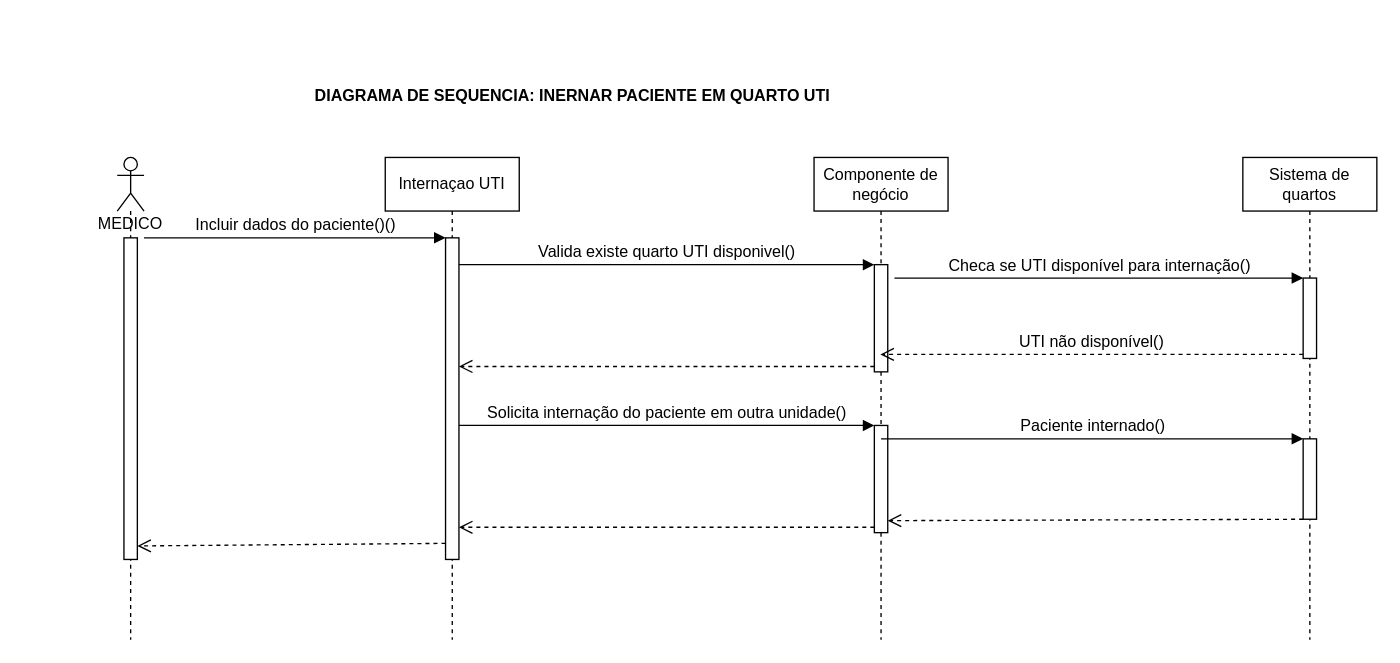
This is page "Page-3" (4 of 6) of Untitled Diagram.drawio from FranciscoAntonioGuilherme/inicioReact, a draw.io file, before an edit. Source tidied: cells renumbered, new cells numbered last; positions are measured from the earlier drawing's top-left corner, leaving out a move shared by most shapes. Both pictures are drawn from the tidied source at 134%, with x=0, y=0 at pixel (23, 76).
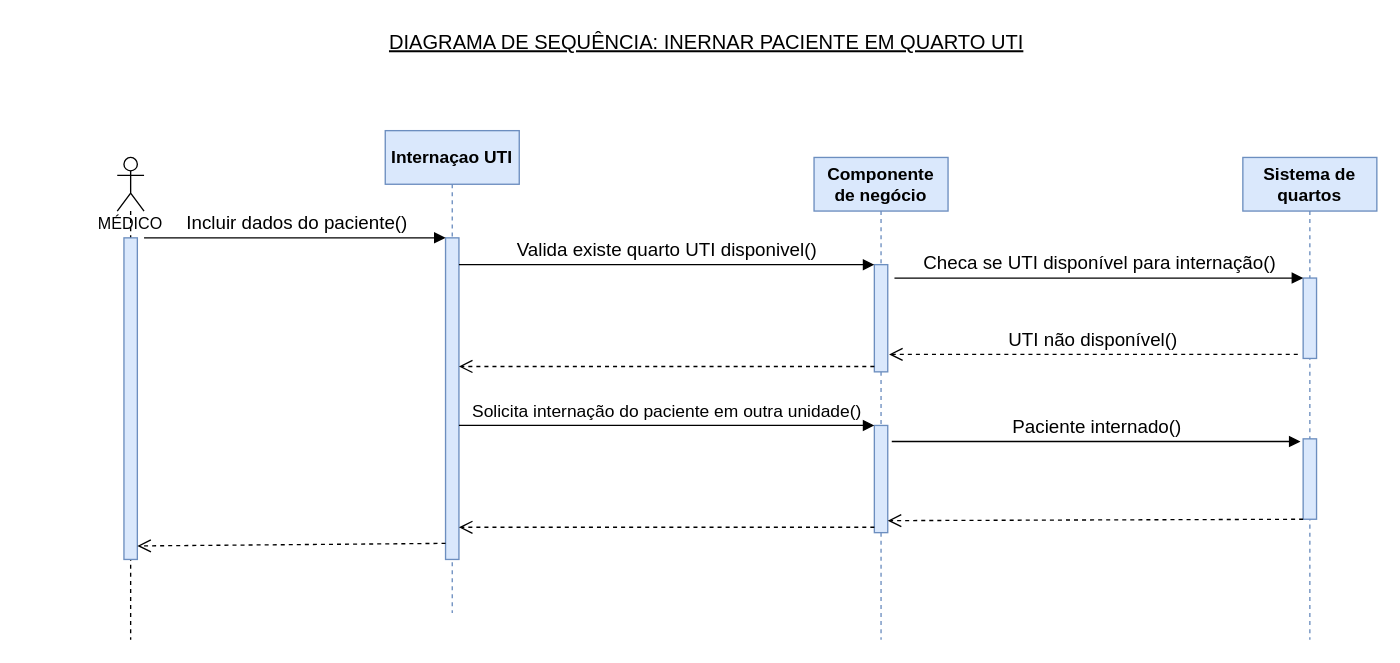
Above is the later version.

Diff of the diagram source:
```diff
@@
-    <mxCell id="2" value="DIAGRAMA DE SEQUENCIA: INERNAR PACIENTE EM QUARTO UTI" style="text;align=center;fontStyle=1;verticalAlign=middle;spacingLeft=3;spacingRight=3;strokeColor=none;fontSize=12;" parent="1" vertex="1">
-      <mxGeometry width="820" height="26" as="geometry" />
+    <mxCell id="2" value="DIAGRAMA DE SEQUÊNCIA: INERNAR PACIENTE EM QUARTO UTI" style="text;align=center;fontStyle=4;verticalAlign=middle;spacingLeft=3;spacingRight=3;strokeColor=none;fontSize=15;" parent="1" vertex="1">
+      <mxGeometry x="100" y="-40" width="820" height="26" as="geometry" />
     </mxCell>
-    <mxCell id="3" value="&lt;div&gt;&lt;span&gt;MEDICO&lt;/span&gt;&lt;/div&gt;" style="shape=umlLifeline;participant=umlActor;perimeter=lifelinePerimeter;whiteSpace=wrap;html=1;verticalAlign=top;spacingTop=36;fontSize=12;align=center;" parent="1" vertex="1">
+    <mxCell id="3" value="&lt;div&gt;&lt;span&gt;MÉDICO&lt;/span&gt;&lt;/div&gt;" style="shape=umlLifeline;participant=umlActor;perimeter=lifelinePerimeter;whiteSpace=wrap;html=1;verticalAlign=top;spacingTop=36;fontSize=12;align=center;" parent="1" vertex="1">
       <mxGeometry x="70" y="60" width="20" height="360" as="geometry" />
     </mxCell>
-    <mxCell id="4" style="html=1;points=[];perimeter=orthogonalPerimeter;fontSize=12;align=center;" parent="3" vertex="1">
+    <mxCell id="4" style="html=1;points=[];perimeter=orthogonalPerimeter;fontSize=12;align=center;fillColor=#dae8fc;strokeColor=#6c8ebf;" parent="3" vertex="1">
       <mxGeometry x="5" y="60" width="10" height="240" as="geometry" />
     </mxCell>
-    <mxCell id="5" value="Internaçao UTI" style="shape=umlLifeline;perimeter=lifelinePerimeter;whiteSpace=wrap;html=1;fontSize=12;align=center;" parent="1" vertex="1">
-      <mxGeometry x="270" y="60" width="100" height="360" as="geometry" />
+    <mxCell id="5" value="Internaçao UTI" style="shape=umlLifeline;perimeter=lifelinePerimeter;whiteSpace=wrap;html=1;fontSize=13;align=center;fontStyle=1;fillColor=#dae8fc;strokeColor=#6c8ebf;" parent="1" vertex="1">
+      <mxGeometry x="270" y="40" width="100" height="360" as="geometry" />
     </mxCell>
-    <mxCell id="6" value="Componente de negócio" style="shape=umlLifeline;perimeter=lifelinePerimeter;whiteSpace=wrap;html=1;outlineConnect=0;fontSize=12;align=center;" parent="1" vertex="1">
+    <mxCell id="6" value="Componente de negócio" style="shape=umlLifeline;perimeter=lifelinePerimeter;whiteSpace=wrap;html=1;outlineConnect=0;fontSize=13;align=center;fontStyle=1;fillColor=#dae8fc;strokeColor=#6c8ebf;" parent="1" vertex="1">
       <mxGeometry x="590" y="60" width="100" height="360" as="geometry" />
     </mxCell>
-    <mxCell id="7" style="html=1;points=[];perimeter=orthogonalPerimeter;fontSize=12;align=center;" parent="6" vertex="1">
+    <mxCell id="7" style="html=1;points=[];perimeter=orthogonalPerimeter;fontSize=12;align=center;fillColor=#dae8fc;strokeColor=#6c8ebf;" parent="6" vertex="1">
       <mxGeometry x="45" y="80" width="10" height="80" as="geometry" />
     </mxCell>
-    <mxCell id="8" style="html=1;points=[];perimeter=orthogonalPerimeter;fontSize=12;align=center;" parent="6" vertex="1">
+    <mxCell id="8" style="html=1;points=[];perimeter=orthogonalPerimeter;fontSize=12;align=center;fillColor=#dae8fc;strokeColor=#6c8ebf;" parent="6" vertex="1">
       <mxGeometry x="45" y="200" width="10" height="80" as="geometry" />
     </mxCell>
-    <mxCell id="9" value="Sistema de quartos" style="shape=umlLifeline;perimeter=lifelinePerimeter;whiteSpace=wrap;html=1;fontSize=12;align=center;" parent="1" vertex="1">
+    <mxCell id="9" value="Sistema de quartos" style="shape=umlLifeline;perimeter=lifelinePerimeter;whiteSpace=wrap;html=1;fontSize=13;align=center;fontStyle=1;fillColor=#dae8fc;strokeColor=#6c8ebf;" parent="1" vertex="1">
       <mxGeometry x="910" y="60" width="100" height="360" as="geometry" />
     </mxCell>
-    <mxCell id="10" style="html=1;points=[];perimeter=orthogonalPerimeter;fontSize=12;align=center;" parent="9" vertex="1">
+    <mxCell id="10" style="html=1;points=[];perimeter=orthogonalPerimeter;fontSize=12;align=center;fillColor=#dae8fc;strokeColor=#6c8ebf;" parent="9" vertex="1">
       <mxGeometry x="45" y="90" width="10" height="60" as="geometry" />
     </mxCell>
-    <mxCell id="11" style="html=1;points=[];perimeter=orthogonalPerimeter;fontSize=12;align=center;" parent="9" vertex="1">
+    <mxCell id="11" style="html=1;points=[];perimeter=orthogonalPerimeter;fontSize=12;align=center;fillColor=#dae8fc;strokeColor=#6c8ebf;" parent="9" vertex="1">
       <mxGeometry x="45" y="210" width="10" height="60" as="geometry" />
     </mxCell>
-    <mxCell id="12" style="html=1;points=[];perimeter=orthogonalPerimeter;fontSize=12;align=center;" parent="1" vertex="1">
+    <mxCell id="12" style="html=1;points=[];perimeter=orthogonalPerimeter;fontSize=12;align=center;fillColor=#dae8fc;strokeColor=#6c8ebf;" parent="1" vertex="1">
       <mxGeometry x="315" y="120" width="10" height="240" as="geometry" />
     </mxCell>
-    <mxCell id="13" value="Incluir dados do paciente()()" style="html=1;verticalAlign=bottom;endArrow=block;entryX=0;entryY=0;strokeColor=#000000;strokeWidth=1;fontSize=12;" parent="1" edge="1" target="12">
-      <mxGeometry relative="1" as="geometry">
+    <mxCell id="13" value="Incluir dados do paciente()" style="html=1;verticalAlign=bottom;endArrow=block;entryX=0;entryY=0;strokeColor=#000000;strokeWidth=1;fontSize=14;align=left;" parent="1" edge="1" target="12">
+      <mxGeometry x="-0.73" relative="1" as="geometry">
         <mxPoint x="90" y="120" as="sourcePoint" />
       </mxGeometry>
     </mxCell>
@@
-    <mxCell id="15" value="Valida existe quarto UTI disponivel()" style="html=1;verticalAlign=bottom;endArrow=block;entryX=0;entryY=0;strokeColor=#000000;strokeWidth=1;fontSize=12;" parent="1" edge="1" target="7">
+    <mxCell id="15" value="Valida existe quarto UTI disponivel()" style="html=1;verticalAlign=bottom;endArrow=block;entryX=0;entryY=0;strokeColor=#000000;strokeWidth=1;fontSize=14;" parent="1" edge="1" target="7">
       <mxGeometry relative="1" as="geometry">
         <mxPoint x="325" y="140" as="sourcePoint" />
       </mxGeometry>
     </mxCell>
@@
-    <mxCell id="17" value="Checa se UTI disponível para internação()" style="html=1;verticalAlign=bottom;endArrow=block;entryX=0;entryY=0;strokeColor=#000000;strokeWidth=1;fontSize=12;" parent="1" edge="1" target="10">
+    <mxCell id="17" value="Checa se UTI disponível para internação()" style="html=1;verticalAlign=bottom;endArrow=block;entryX=0;entryY=0;strokeColor=#000000;strokeWidth=1;fontSize=14;" parent="1" edge="1" target="10">
       <mxGeometry relative="1" as="geometry">
         <mxPoint x="650" y="150" as="sourcePoint" />
       </mxGeometry>
     </mxCell>
-    <mxCell id="18" value="UTI não disponível()" style="html=1;verticalAlign=bottom;endArrow=open;dashed=1;endSize=8;exitX=0;exitY=0.95;strokeColor=#000000;strokeWidth=1;fontSize=12;" parent="1" edge="1" source="10" target="6">
-      <mxGeometry relative="1" as="geometry" />
+    <mxCell id="18" value="UTI não disponível()" style="html=1;verticalAlign=bottom;endArrow=open;dashed=1;endSize=8;exitX=0;exitY=0.95;strokeColor=#000000;strokeWidth=1;fontSize=14;" parent="1" edge="1">
+      <mxGeometry relative="1" as="geometry">
+        <mxPoint x="951" y="207" as="sourcePoint" />
+        <mxPoint x="646" y="207" as="targetPoint" />
+      </mxGeometry>
     </mxCell>
-    <mxCell id="19" value="Solicita internação do paciente em outra unidade()" style="html=1;verticalAlign=bottom;endArrow=block;entryX=0;entryY=0;strokeColor=#000000;strokeWidth=1;fontSize=12;" parent="1" edge="1" target="8">
+    <mxCell id="19" value="Solicita internação do paciente em outra unidade()" style="html=1;verticalAlign=bottom;endArrow=block;entryX=0;entryY=0;strokeColor=#000000;strokeWidth=1;fontSize=13;" parent="1" edge="1" target="8">
       <mxGeometry relative="1" as="geometry">
         <mxPoint x="325" y="260" as="sourcePoint" />
       </mxGeometry>
     </mxCell>
@@
-    <mxCell id="21" value="Paciente internado()" style="html=1;verticalAlign=bottom;endArrow=block;entryX=0;entryY=0;strokeColor=#000000;strokeWidth=1;fontSize=12;" parent="1" edge="1" target="11">
+    <mxCell id="21" value="Paciente internado()" style="html=1;verticalAlign=bottom;endArrow=block;entryX=0;entryY=0;strokeColor=#000000;strokeWidth=1;fontSize=14;" parent="1" edge="1">
       <mxGeometry relative="1" as="geometry">
-        <mxPoint x="640" y="270" as="sourcePoint" />
+        <mxPoint x="648" y="272" as="sourcePoint" />
+        <mxPoint x="953" y="272" as="targetPoint" />
       </mxGeometry>
     </mxCell>
```
